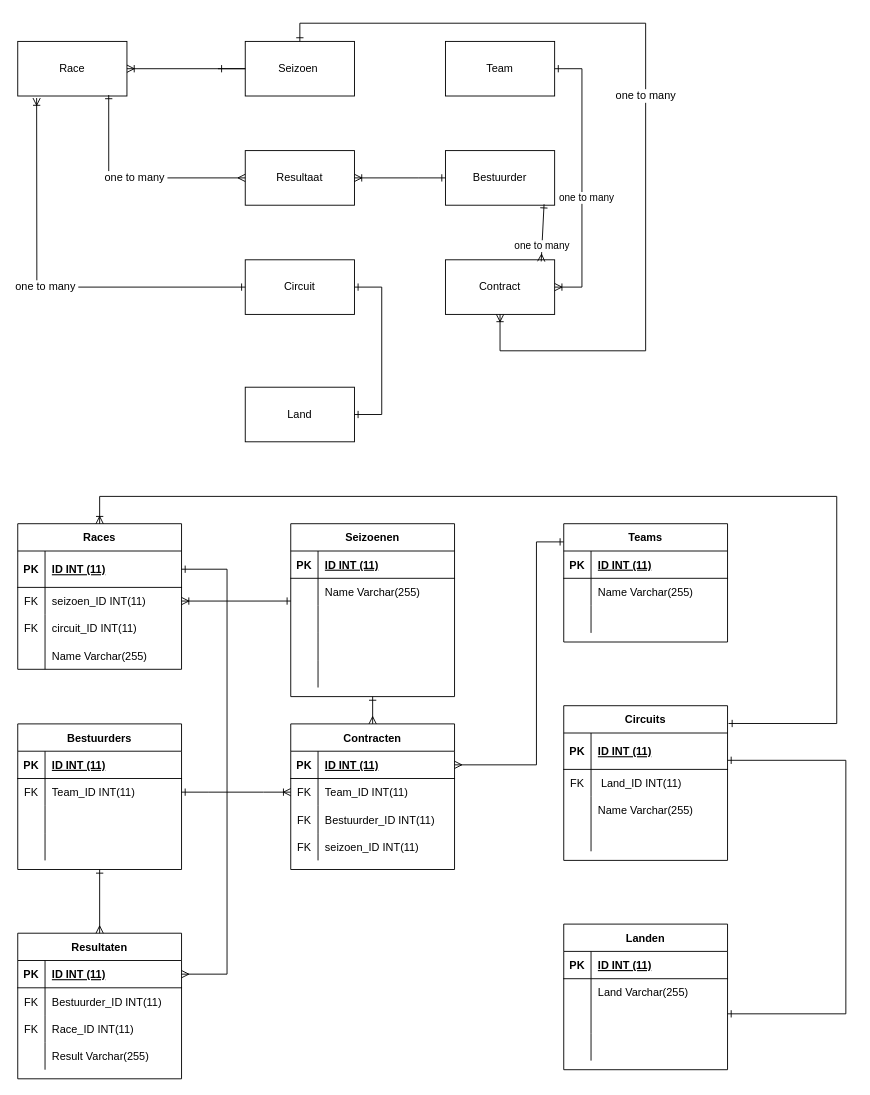
Thijmen-Stegenga/ERD keeps this draw.io diagram as Untitled Diagram.drawio. Above is the earlier version. Source tidied: cells renumbered, new cells numbered last; positions are measured from the earlier drawing's top-left corner, leaving out a move shared by most shapes. Both pictures are drawn from the tidied source at 91%, with x=0, y=0 at pixel (17, 23).
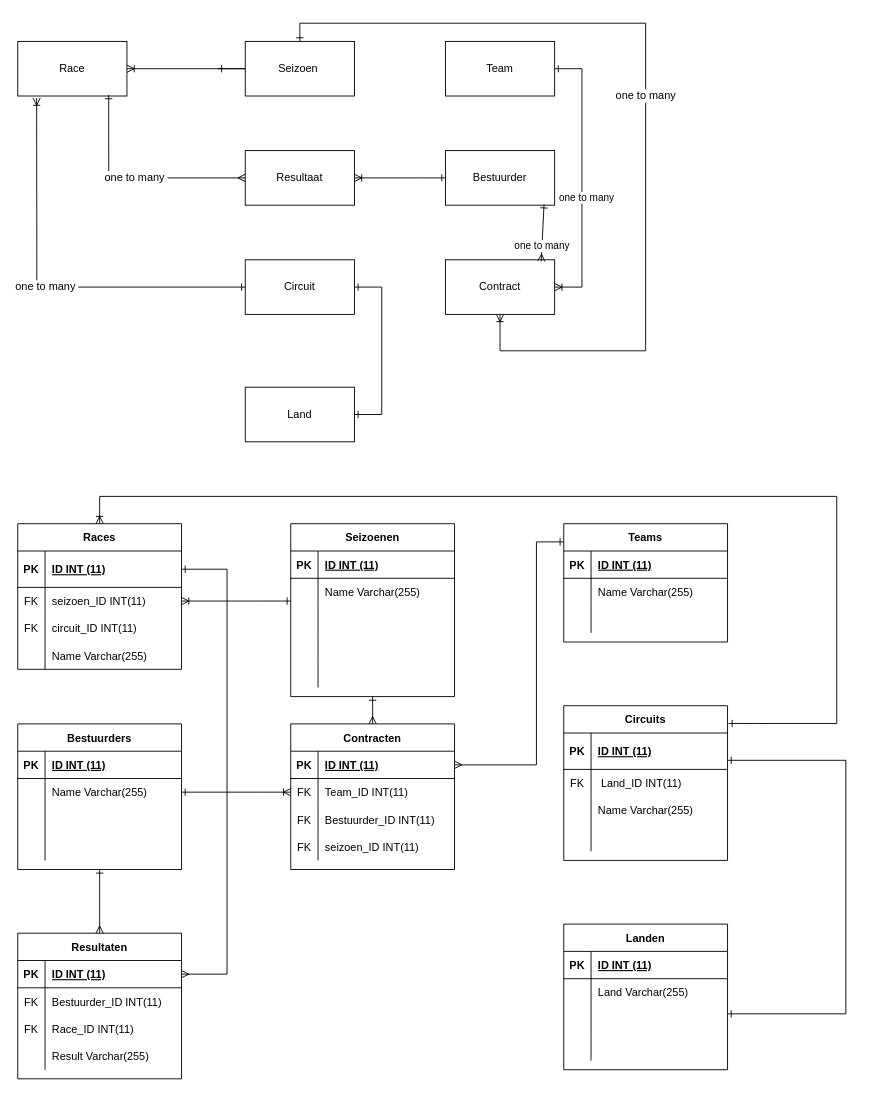
The same page after the edit.

The change refers to these unchanged cells:
```xml
<mxCell id="101" style="shape=tableRow;horizontal=0;startSize=0;swimlaneHead=0;swimlaneBody=0;fillColor=none;points=[[0,0.5],[1,0.5]];portConstraint=eastwest;top=0;left=0;right=0;bottom=0;" parent="97" vertex="1">
  <mxGeometry y="60" width="180" height="30" as="geometry" />
</mxCell>
```

The edit, as a diff of the source:
```diff
@@
-    <mxCell id="102" value="FK" style="shape=partialRectangle;fillColor=none;top=0;left=0;bottom=0;right=0;overflow=hidden;" parent="101" vertex="1">
+    <mxCell id="102" style="shape=partialRectangle;fillColor=none;top=0;left=0;bottom=0;right=0;overflow=hidden;" parent="101" vertex="1">
       <mxGeometry width="30" height="30" as="geometry" />
     </mxCell>
-    <mxCell id="103" value="Team_ID INT(11)" style="shape=partialRectangle;fillColor=none;top=0;left=0;bottom=0;right=0;align=left;spacingLeft=6;overflow=hidden;" parent="101" vertex="1">
+    <mxCell id="103" value="Name Varchar(255)" style="shape=partialRectangle;fillColor=none;top=0;left=0;bottom=0;right=0;align=left;spacingLeft=6;overflow=hidden;" parent="101" vertex="1">
       <mxGeometry x="30" width="150" height="30" as="geometry" />
     </mxCell>
```
